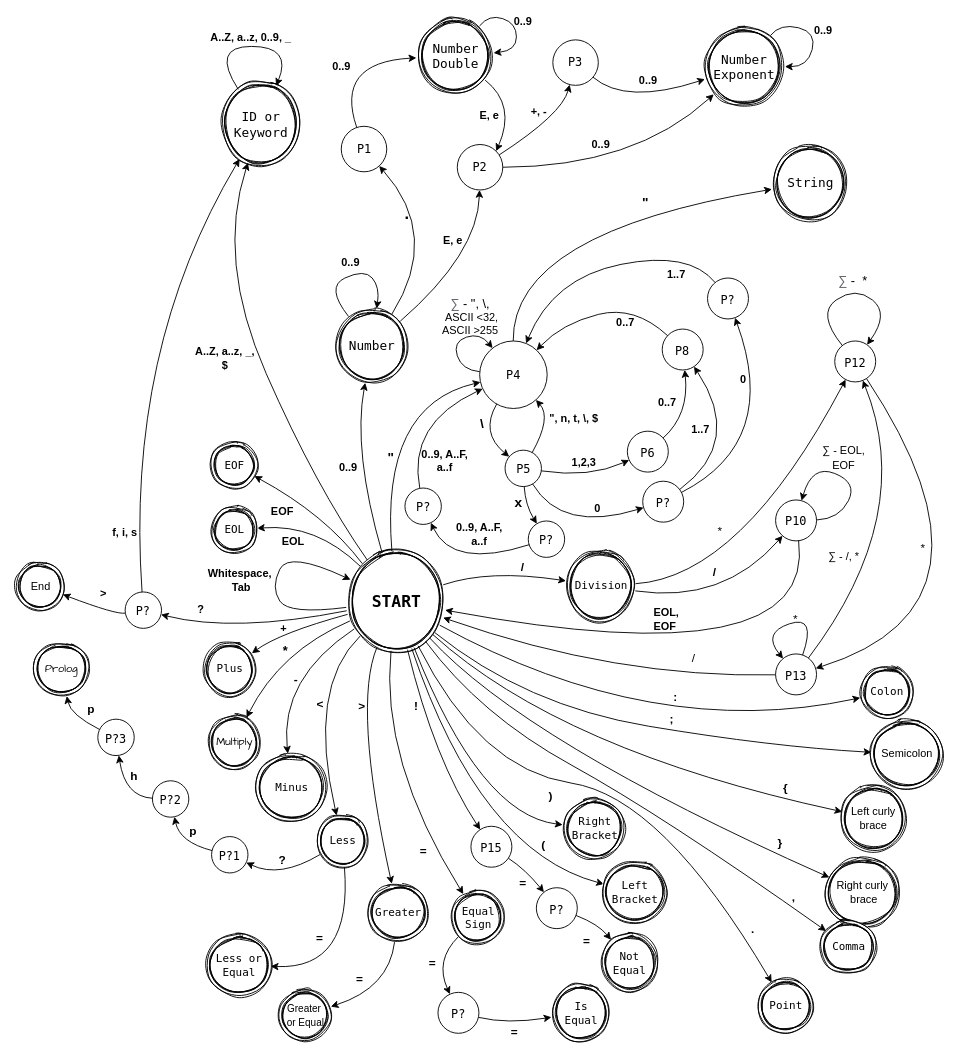
VileDeg/ifj22 keeps this draw.io diagram as finite-state-machine.drawio. Above is the earlier version. Source tidied: cells renumbered, new cells numbered last; positions are measured from the earlier drawing's top-left corner, leaving out a move shared by most shapes. Both pictures are drawn from the tidied source at 91%, with x=0, y=0 at pixel (15, 14).
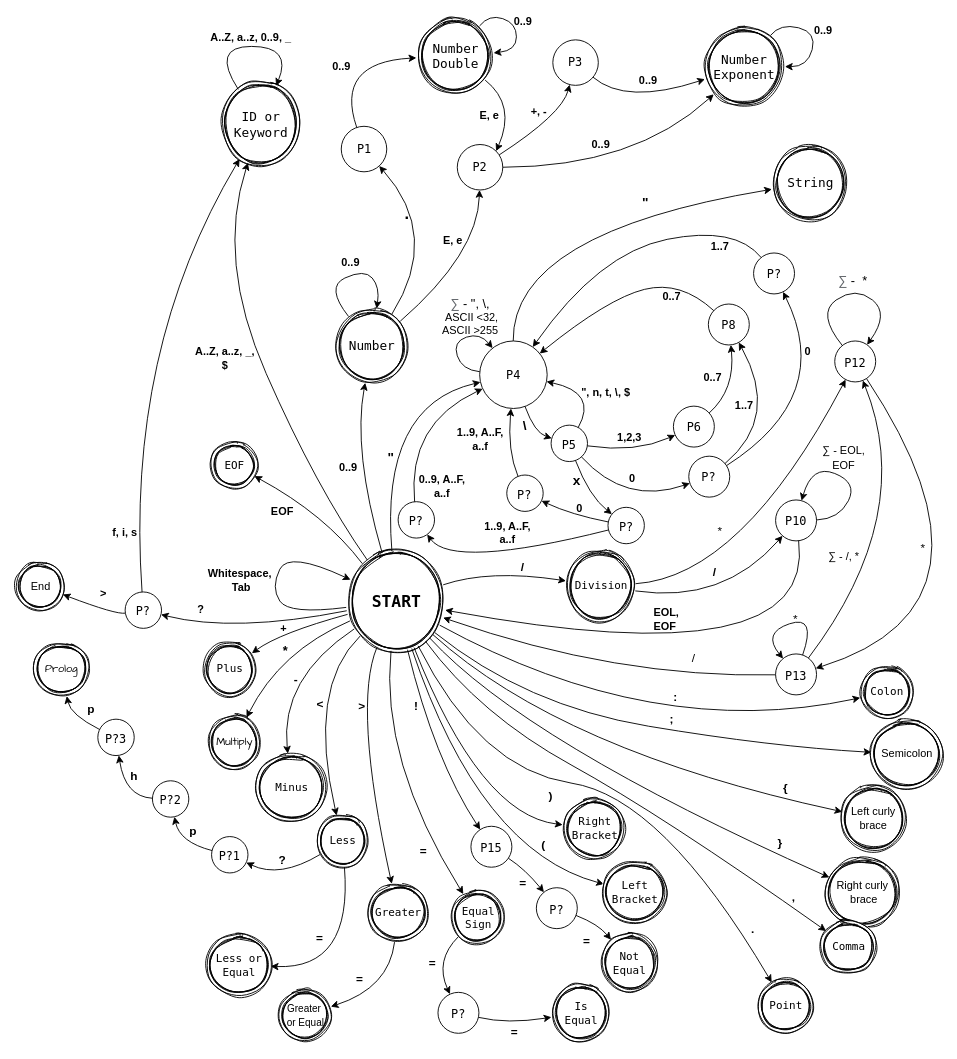
After the change.

Unchanged cells that the change refers to:
```xml
<mxCell id="2" value="&lt;font face=&quot;Lucida Console&quot; style=&quot;font-size: 18px&quot;&gt;&lt;b&gt;START&lt;/b&gt;&lt;/font&gt;" style="ellipse;shape=doubleEllipse;html=1;dashed=0;whitespace=wrap;sketch=1;strokeColor=#000000;" parent="1" vertex="1">
  <mxGeometry x="362.5" y="590" width="110" height="110" as="geometry" />
</mxCell>
<mxCell id="31" value="&lt;font style=&quot;font-size: 13px&quot; face=&quot;Lucida Console&quot;&gt;P4&lt;/font&gt;" style="ellipse;whiteSpace=wrap;html=1;fontSize=18;" parent="1" vertex="1">
  <mxGeometry x="509.6" y="359.2" width="74.2" height="74.2" as="geometry" />
</mxCell>
```

The edit, as a diff of the source:
```diff
@@
     <mxCell id="37" value="&lt;font style=&quot;font-size: 13px&quot; face=&quot;Lucida Console&quot;&gt;P5&lt;/font&gt;" style="ellipse;whiteSpace=wrap;html=1;fontSize=18;" parent="1" vertex="1">
-      <mxGeometry x="537.5" y="479.2" width="40" height="40" as="geometry" />
+      <mxGeometry x="588.1" y="451.7" width="40" height="40" as="geometry" />
     </mxCell>
     <mxCell id="38" style="curved=1;endArrow=classic;html=1;rounded=0;fontSize=15;" parent="1" edge="1" source="31" target="37">
       <mxGeometry relative="1" as="geometry">
         <Array as="points">
-          <mxPoint x="510" y="460" />
+          <mxPoint x="570" y="460" />
         </Array>
       </mxGeometry>
     </mxCell>
     <mxCell id="39" value="&lt;span style=&quot;font-size: 15px&quot;&gt;&lt;b&gt;\&lt;/b&gt;&lt;/span&gt;" style="text;html=1;strokeColor=none;fillColor=none;align=center;verticalAlign=middle;whiteSpace=wrap;rounded=0;sketch=1;" parent="1" vertex="1">
-      <mxGeometry x="508.8" y="437.5" width="7.2" height="23.3" as="geometry" />
+      <mxGeometry x="555.8" y="439.8" width="7.2" height="23.3" as="geometry" />
     </mxCell>
     <mxCell id="40" value="&lt;font style=&quot;font-size: 13px&quot; face=&quot;Lucida Console&quot;&gt;P6&lt;/font&gt;" style="ellipse;whiteSpace=wrap;html=1;fontSize=18;" parent="1" vertex="1">
-      <mxGeometry x="671.9" y="458.3" width="45" height="45" as="geometry" />
+      <mxGeometry x="722.5" y="430.8" width="45" height="45" as="geometry" />
     </mxCell>
     <mxCell id="41" style="curved=1;endArrow=classic;html=1;rounded=0;fontSize=15;" parent="1" edge="1" source="37" target="40">
       <mxGeometry relative="1" as="geometry">
         <Array as="points">
-          <mxPoint x="630" y="510" />
+          <mxPoint x="680.6" y="482.5" />
         </Array>
       </mxGeometry>
     </mxCell>
     <mxCell id="42" value="&lt;b&gt;1,2,3&lt;/b&gt;" style="text;html=1;strokeColor=none;fillColor=none;align=center;verticalAlign=middle;whiteSpace=wrap;rounded=0;sketch=1;" parent="1" vertex="1">
-      <mxGeometry x="607.5" y="483.3" width="32.5" height="20" as="geometry" />
+      <mxGeometry x="658.1" y="455.8" width="32.5" height="20" as="geometry" />
     </mxCell>
     <mxCell id="43" value="&lt;font style=&quot;font-size: 13px&quot; face=&quot;Lucida Console&quot;&gt;P8&lt;/font&gt;" style="ellipse;whiteSpace=wrap;html=1;fontSize=18;" parent="1" vertex="1">
-      <mxGeometry x="710.2" y="346.1" width="45" height="45" as="geometry" />
+      <mxGeometry x="760.9" y="318.6" width="45" height="45" as="geometry" />
     </mxCell>
     <mxCell id="44" style="curved=1;endArrow=classic;html=1;rounded=0;fontSize=15;" parent="1" edge="1" source="40" target="43">
       <mxGeometry relative="1" as="geometry">
         <Array as="points">
-          <mxPoint x="740" y="440" />
+          <mxPoint x="790.6" y="412.5" />
         </Array>
       </mxGeometry>
     </mxCell>
     <mxCell id="45" value="&lt;b&gt;0..7&lt;br&gt;&lt;/b&gt;" style="text;html=1;strokeColor=none;fillColor=none;align=center;verticalAlign=middle;whiteSpace=wrap;rounded=0;sketch=1;" parent="1" vertex="1">
-      <mxGeometry x="690.6" y="412.1" width="50" height="30" as="geometry" />
+      <mxGeometry x="741.2" y="384.6" width="50" height="30" as="geometry" />
     </mxCell>
     <mxCell id="46" style="curved=1;endArrow=classic;html=1;rounded=0;fontSize=15;" parent="1" edge="1" source="43" target="31">
       <mxGeometry relative="1" as="geometry">
         <Array as="points">
-          <mxPoint x="680" y="320" />
-          <mxPoint x="600" y="340" />
+          <mxPoint x="730.6" y="292.5" />
+          <mxPoint x="650.6" y="312.5" />
         </Array>
       </mxGeometry>
     </mxCell>
     <mxCell id="47" value="&lt;b&gt;0..7&lt;br&gt;&lt;/b&gt;" style="text;html=1;strokeColor=none;fillColor=none;align=center;verticalAlign=middle;whiteSpace=wrap;rounded=0;sketch=1;" parent="1" vertex="1">
-      <mxGeometry x="645" y="323.6" width="50" height="30" as="geometry" />
+      <mxGeometry x="695.6" y="296.1" width="50" height="30" as="geometry" />
     </mxCell>
     <mxCell id="48" style="curved=1;endArrow=classic;html=1;rounded=0;fontSize=15;" parent="1" edge="1" source="37" target="31">
       <mxGeometry relative="1" as="geometry">
         <Array as="points">
-          <mxPoint x="588.8" y="443.3" />
+          <mxPoint x="639.4" y="415.8" />
         </Array>
       </mxGeometry>
     </mxCell>
     <mxCell id="49" value="&lt;b&gt;&quot;, n, t, \, $&lt;/b&gt;" style="text;html=1;strokeColor=none;fillColor=none;align=center;verticalAlign=middle;whiteSpace=wrap;rounded=0;sketch=1;" parent="1" vertex="1">
-      <mxGeometry x="582" y="430" width="63" height="30" as="geometry" />
+      <mxGeometry x="616.9" y="400.8" width="63" height="30" as="geometry" />
     </mxCell>
@@
-    <mxCell id="127" style="curved=1;endArrow=classic;html=1;rounded=0;fontSize=15;" parent="1" edge="1" source="2" target="128">
-      <mxGeometry relative="1" as="geometry">
-        <Array as="points">
-          <mxPoint x="330" y="560" />
-        </Array>
-      </mxGeometry>
-    </mxCell>
-    <mxCell id="128" value="&lt;font style=&quot;font-size: 12px&quot; face=&quot;Lucida Console&quot;&gt;EOL&lt;/font&gt;" style="ellipse;shape=doubleEllipse;html=1;dashed=0;whitespace=wrap;sketch=1;strokeColor=#000000;" parent="1" vertex="1">
-      <mxGeometry x="215" y="542" width="50" height="50" as="geometry" />
-    </mxCell>
-    <mxCell id="129" value="&lt;b&gt;EOL&lt;/b&gt;" style="text;html=1;strokeColor=none;fillColor=none;align=center;verticalAlign=middle;whiteSpace=wrap;rounded=0;sketch=1;" parent="1" vertex="1">
-      <mxGeometry x="270" y="560" width="70" height="40" as="geometry" />
-    </mxCell>
@@
     <mxCell id="133" style="curved=1;endArrow=classic;html=1;rounded=0;fontSize=15;" parent="1" edge="1" source="37" target="134">
       <mxGeometry relative="1" as="geometry">
         <Array as="points">
-          <mxPoint x="560" y="540" />
+          <mxPoint x="630" y="530" />
         </Array>
       </mxGeometry>
     </mxCell>
     <mxCell id="134" value="&lt;span style=&quot;font-family: &amp;quot;Lucida Console&amp;quot;; font-size: 13px;&quot;&gt;P?&lt;/span&gt;" style="ellipse;whiteSpace=wrap;html=1;fontSize=18;" parent="1" vertex="1">
-      <mxGeometry x="563" y="557" width="40" height="40" as="geometry" />
+      <mxGeometry x="650.6" y="542" width="40" height="40" as="geometry" />
     </mxCell>
     <mxCell id="135" value="&lt;span style=&quot;font-size: 15px&quot;&gt;&lt;b&gt;x&lt;br&gt;&lt;/b&gt;&lt;/span&gt;" style="text;html=1;strokeColor=none;fillColor=none;align=center;verticalAlign=middle;whiteSpace=wrap;rounded=0;sketch=1;" parent="1" vertex="1">
-      <mxGeometry x="548.8" y="524.2" width="7.2" height="23.3" as="geometry" />
+      <mxGeometry x="613.4" y="500.8" width="7.2" height="23.3" as="geometry" />
     </mxCell>
     <mxCell id="136" value="&lt;span style=&quot;font-family: &amp;quot;Lucida Console&amp;quot;; font-size: 13px;&quot;&gt;P?&lt;/span&gt;" style="ellipse;whiteSpace=wrap;html=1;fontSize=18;" parent="1" vertex="1">
-      <mxGeometry x="427.5" y="520.8" width="40" height="40" as="geometry" />
+      <mxGeometry x="420" y="535.8" width="40" height="40" as="geometry" />
     </mxCell>
@@
-    <mxCell id="138" value="&lt;b&gt;0..9, A..F, a..f&lt;/b&gt;" style="text;html=1;strokeColor=none;fillColor=none;align=center;verticalAlign=middle;whiteSpace=wrap;rounded=0;sketch=1;" parent="1" vertex="1">
-      <mxGeometry x="477.5" y="557" width="63" height="30" as="geometry" />
+    <mxCell id="138" value="&lt;b&gt;1..9, A..F, a..f&lt;/b&gt;" style="text;html=1;strokeColor=none;fillColor=none;align=center;verticalAlign=middle;whiteSpace=wrap;rounded=0;sketch=1;" parent="1" vertex="1">
+      <mxGeometry x="508.8" y="554.5" width="63" height="30" as="geometry" />
     </mxCell>
     <mxCell id="139" value="&lt;b&gt;0..9, A..F, a..f&lt;/b&gt;" style="text;html=1;strokeColor=none;fillColor=none;align=center;verticalAlign=middle;whiteSpace=wrap;rounded=0;sketch=1;" parent="1" vertex="1">
-      <mxGeometry x="440" y="476.4" width="63" height="30" as="geometry" />
+      <mxGeometry x="437" y="503.9" width="63" height="30" as="geometry" />
     </mxCell>
@@
     <mxCell id="160" value="&lt;font style=&quot;font-size: 13px&quot; face=&quot;Lucida Console&quot;&gt;P?&lt;/font&gt;" style="ellipse;whiteSpace=wrap;html=1;fontSize=18;" parent="1" vertex="1">
-      <mxGeometry x="688.8" y="513.3" width="45" height="45" as="geometry" />
+      <mxGeometry x="739.4" y="485.8" width="45" height="45" as="geometry" />
     </mxCell>
     <mxCell id="161" style="curved=1;endArrow=classic;html=1;rounded=0;fontSize=15;" parent="1" edge="1" source="37" target="160">
       <mxGeometry relative="1" as="geometry">
         <Array as="points">
-          <mxPoint x="600" y="570" />
+          <mxPoint x="670" y="540" />
         </Array>
       </mxGeometry>
     </mxCell>
     <mxCell id="162" value="&lt;b&gt;0&lt;/b&gt;" style="text;html=1;strokeColor=none;fillColor=none;align=center;verticalAlign=middle;whiteSpace=wrap;rounded=0;sketch=1;" parent="1" vertex="1">
-      <mxGeometry x="622.5" y="533.9" width="32.5" height="20" as="geometry" />
+      <mxGeometry x="660.6" y="500.8" width="32.5" height="20" as="geometry" />
     </mxCell>
     <mxCell id="163" style="curved=1;endArrow=classic;html=1;rounded=0;fontSize=15;" parent="1" edge="1" source="160" target="43">
       <mxGeometry relative="1" as="geometry">
         <Array as="points">
-          <mxPoint x="800" y="470" />
+          <mxPoint x="840" y="443" />
         </Array>
       </mxGeometry>
     </mxCell>
     <mxCell id="164" value="&lt;b&gt;1..7&lt;/b&gt;" style="text;html=1;strokeColor=none;fillColor=none;align=center;verticalAlign=middle;whiteSpace=wrap;rounded=0;sketch=1;" parent="1" vertex="1">
-      <mxGeometry x="736.2" y="447.3" width="32.5" height="20" as="geometry" />
+      <mxGeometry x="784.4" y="419.8" width="32.5" height="20" as="geometry" />
     </mxCell>
     <mxCell id="165" value="&lt;font style=&quot;font-size: 13px&quot; face=&quot;Lucida Console&quot;&gt;P?&lt;/font&gt;" style="ellipse;whiteSpace=wrap;html=1;fontSize=18;" parent="1" vertex="1">
-      <mxGeometry x="760" y="290" width="45" height="45" as="geometry" />
+      <mxGeometry x="810.6" y="262.5" width="45" height="45" as="geometry" />
     </mxCell>
     <mxCell id="166" style="curved=1;endArrow=classic;html=1;rounded=0;fontSize=15;" parent="1" edge="1" source="160" target="165">
       <mxGeometry relative="1" as="geometry">
         <Array as="points">
-          <mxPoint x="840" y="470" />
+          <mxPoint x="900" y="420" />
         </Array>
       </mxGeometry>
     </mxCell>
     <mxCell id="167" value="&lt;b&gt;0&lt;/b&gt;" style="text;html=1;strokeColor=none;fillColor=none;align=center;verticalAlign=middle;whiteSpace=wrap;rounded=0;sketch=1;" parent="1" vertex="1">
-      <mxGeometry x="783.2" y="392.1" width="32.5" height="20" as="geometry" />
+      <mxGeometry x="854.2" y="361.1" width="32.5" height="20" as="geometry" />
     </mxCell>
     <mxCell id="168" style="curved=1;endArrow=classic;html=1;rounded=0;fontSize=15;" parent="1" edge="1" source="165" target="31">
       <mxGeometry relative="1" as="geometry">
         <Array as="points">
-          <mxPoint x="740" y="260" />
-          <mxPoint x="590" y="290" />
+          <mxPoint x="790.6" y="232.5" />
+          <mxPoint x="640.6" y="262.5" />
         </Array>
       </mxGeometry>
     </mxCell>
     <mxCell id="169" value="&lt;b&gt;1..7&lt;/b&gt;" style="text;html=1;strokeColor=none;fillColor=none;align=center;verticalAlign=middle;whiteSpace=wrap;rounded=0;sketch=1;" parent="1" vertex="1">
-      <mxGeometry x="700.6" y="271.1" width="50" height="30" as="geometry" />
+      <mxGeometry x="748.8" y="240.9" width="50" height="30" as="geometry" />
     </mxCell>
@@
+    <mxCell id="191" value="&lt;span style=&quot;font-family: &amp;quot;Lucida Console&amp;quot;; font-size: 13px;&quot;&gt;P?&lt;/span&gt;" style="ellipse;whiteSpace=wrap;html=1;fontSize=18;" parent="1" vertex="1">
+      <mxGeometry x="539.4" y="506.5" width="40" height="40" as="geometry" />
+    </mxCell>
+    <mxCell id="192" style="curved=1;endArrow=classic;html=1;rounded=0;fontSize=15;" parent="1" edge="1" source="134" target="191">
+      <mxGeometry relative="1" as="geometry">
+        <Array as="points">
+          <mxPoint x="610" y="550" />
+        </Array>
+      </mxGeometry>
+    </mxCell>
+    <mxCell id="193" value="&lt;b&gt;0&lt;/b&gt;" style="text;html=1;strokeColor=none;fillColor=none;align=center;verticalAlign=middle;whiteSpace=wrap;rounded=0;sketch=1;" parent="1" vertex="1">
+      <mxGeometry x="603" y="533.9" width="32.5" height="20" as="geometry" />
+    </mxCell>
+    <mxCell id="194" style="curved=1;endArrow=classic;html=1;rounded=0;fontSize=15;" parent="1" edge="1" source="191" target="31">
+      <mxGeometry relative="1" as="geometry">
+        <Array as="points">
+          <mxPoint x="540" y="480" />
+        </Array>
+      </mxGeometry>
+    </mxCell>
+    <mxCell id="195" value="&lt;b&gt;1..9, A..F, a..f&lt;/b&gt;" style="text;html=1;strokeColor=none;fillColor=none;align=center;verticalAlign=middle;whiteSpace=wrap;rounded=0;sketch=1;" parent="1" vertex="1">
+      <mxGeometry x="478.5" y="451.7" width="63" height="30" as="geometry" />
+    </mxCell>
```
